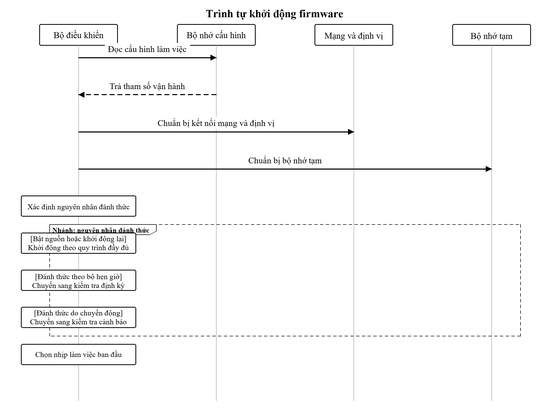
Above: resources/reports/thesis/final/assets/figures-condensed-r2/08-chuong-4-trien-khai-firmware-hinh-4-9-sequence-r2.png in anmh1205/IoT_Vehicle_Tracking_System (Mermaid), before the change. Its source is kept beside it as resources/reports/thesis/final/assets/uml/08-chuong-4-trien-khai-firmware-hinh-4-9-sequence-r2.mmd.
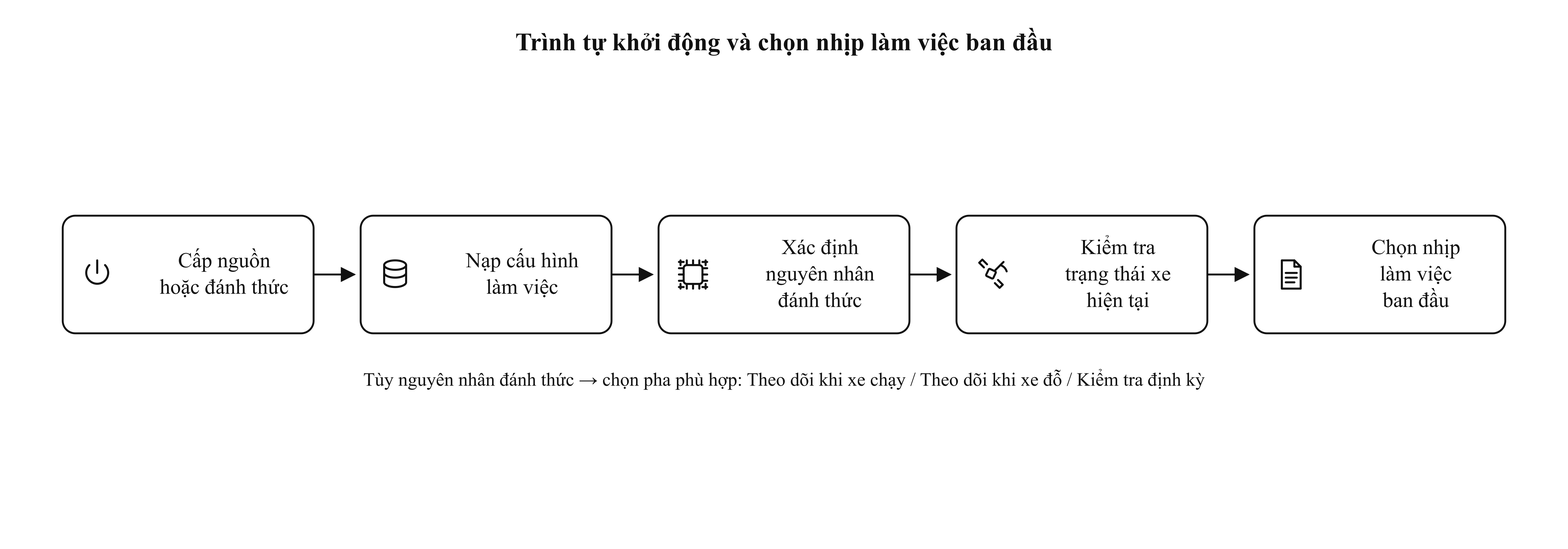
After the change.

Change to the diagram source:
```diff
@@ -1,15 +1,45 @@
+---
+config:
+  theme: base
+  sequence:
+    mirrorActors: false
+    actorMargin: 150
+    messageMargin: 58
+    noteMargin: 24
+    diagramMarginX: 36
+    diagramMarginY: 20
+    boxMargin: 12
+    boxTextMargin: 8
+    actorFontSize: 14
+    messageFontSize: 14
+  themeCSS: |
+    .messageText, .messageText tspan, .loopText, .loopText tspan {
+      paint-order: stroke;
+      stroke: #ffffff;
+      stroke-width: 10px;
+      stroke-linejoin: round;
+    }
+---
 sequenceDiagram
-    participant Nguon as Nguồn thiết bị
-    participant FW as Firmware ESP32-S3
-    participant CauHinh as Cấu hình và trạng thái lưu
-    participant CamBien as Cảm biến / OBD-II / GNSS
-    participant Mang as LTE/MQTT
+    autonumber
+    participant PWR as Nguồn thiết bị
+    participant CTRL as Bộ điều khiển
+    participant CFG as Bộ nhớ cấu hình
+    participant IO as Ngoại vi xe
+    participant NET as Mạng và định vị
 
-    Nguon->>FW: Cấp nguồn hoặc đánh thức
-    FW->>CauHinh: Nạp cấu hình làm việc
-    CauHinh-->>FW: Trả tham số và trạng thái trước đó
-    FW->>FW: Xác định nguyên nhân khởi động
-    FW->>CamBien: Kiểm tra trạng thái xe hiện tại
-    CamBien-->>FW: Trả dữ liệu ban đầu
-    FW->>Mang: Chuẩn bị tuyến truyền nếu cần
-    FW->>FW: Chọn nhịp làm việc ban đầu
+    PWR->>CTRL: Cấp nguồn hoặc đánh thức
+    CTRL->>CFG: Nạp cấu hình làm việc
+    CFG-->>CTRL: Trả tham số và trạng thái trước đó
+    CTRL->>CTRL: Xác định nguyên nhân đánh thức
+    CTRL->>IO: Kiểm tra trạng thái xe hiện tại
+    IO-->>CTRL: Trả dữ liệu ban đầu
+    CTRL->>NET: Chuẩn bị tuyến kết nối nếu cần
+    alt Bật nguồn hoặc khởi động lại
+        CTRL->>CTRL: Chọn pha khởi động đầy đủ
+    else Đánh thức theo bộ hẹn giờ
+        CTRL->>CTRL: Chuyển sang kiểm tra định kỳ
+    else Đánh thức do chuyển động
+        CTRL->>CTRL: Chuyển sang kiểm tra cảnh báo
+    end
+    CTRL->>CTRL: Chọn nhịp làm việc ban đầu
```
